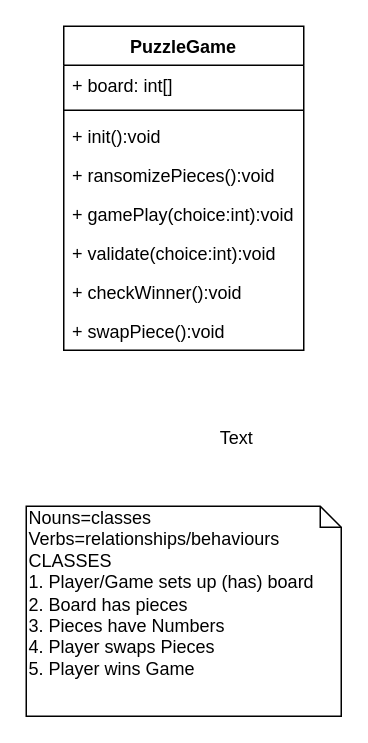
Above: schema/Puzzle - class diagram.drawio in deeperj/rust (draw.io), before the change. Source tidied: cells renumbered, new cells numbered last; positions are measured from the earlier drawing's top-left corner, leaving out a move shared by most shapes. Both pictures are drawn from the tidied source at 150%, with x=0, y=0 at pixel (26, 26).
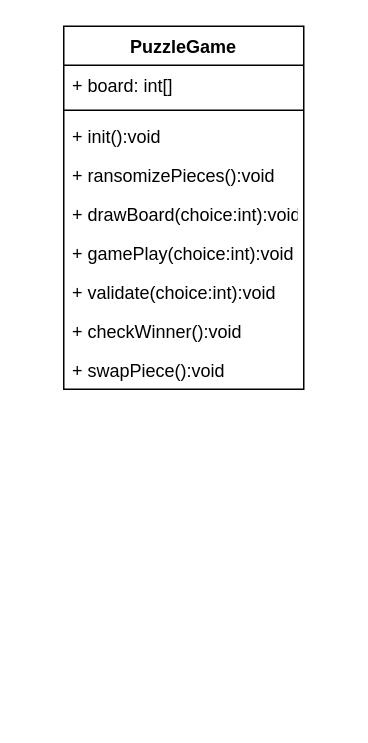
Above is the later version.

Diff of the diagram source:
```diff
@@
 <mxGraphModel>
   <root>
     <mxCell id="0" />
     <mxCell id="1" parent="0" />
-    <mxCell id="2" value="Nouns=classes&lt;br&gt;Verbs=relationships/behaviours&lt;br&gt;CLASSES&lt;br&gt;1. Player/Game sets up (has) board&lt;br&gt;2. Board has pieces&lt;br&gt;3. Pieces have Numbers&lt;br&gt;4. Player swaps Pieces&lt;br&gt;5. Player wins Game" style="shape=note;whiteSpace=wrap;html=1;size=14;verticalAlign=top;align=left;spacingTop=-6;" parent="1" vertex="1">
-      <mxGeometry y="320" width="210" height="140" as="geometry" />
-    </mxCell>
     <mxCell id="3" value="PuzzleGame" style="swimlane;fontStyle=1;align=center;verticalAlign=top;horizontal=1;startSize=26;" parent="1" vertex="1">
-      <mxGeometry x="25" width="160" height="216" as="geometry" />
+      <mxGeometry x="25" width="160" height="242" as="geometry" />
     </mxCell>
     <mxCell id="4" value="+ board: int[]" style="text;strokeColor=none;fillColor=none;align=left;verticalAlign=top;spacingLeft=4;spacingRight=4;overflow=hidden;" parent="3" vertex="1">
       <mxGeometry y="26" width="160" height="26" as="geometry" />
     </mxCell>
     <mxCell id="5" style="line;strokeWidth=1;fillColor=none;align=left;verticalAlign=middle;spacingTop=-1;spacingLeft=3;spacingRight=3;labelPosition=right;" parent="3" vertex="1">
       <mxGeometry y="52" width="160" height="8" as="geometry" />
     </mxCell>
     <mxCell id="6" value="+ init():void" style="text;strokeColor=none;fillColor=none;align=left;verticalAlign=top;spacingLeft=4;spacingRight=4;overflow=hidden;" parent="3" vertex="1">
       <mxGeometry y="60" width="160" height="26" as="geometry" />
     </mxCell>
     <mxCell id="7" value="+ ransomizePieces():void" style="text;strokeColor=none;fillColor=none;align=left;verticalAlign=top;spacingLeft=4;spacingRight=4;overflow=hidden;" parent="3" vertex="1">
       <mxGeometry y="86" width="160" height="26" as="geometry" />
     </mxCell>
-    <mxCell id="8" value="+ gamePlay(choice:int):void" style="text;strokeColor=none;fillColor=none;align=left;verticalAlign=top;spacingLeft=4;spacingRight=4;overflow=hidden;" parent="3" vertex="1">
+    <mxCell id="8" value="+ drawBoard(choice:int):void" style="text;strokeColor=none;fillColor=none;align=left;verticalAlign=top;spacingLeft=4;spacingRight=4;overflow=hidden;" parent="3" vertex="1">
       <mxGeometry y="112" width="160" height="26" as="geometry" />
     </mxCell>
+    <mxCell id="13" value="+ gamePlay(choice:int):void" style="text;strokeColor=none;fillColor=none;align=left;verticalAlign=top;spacingLeft=4;spacingRight=4;overflow=hidden;" parent="3" vertex="1">
+      <mxGeometry y="138" width="160" height="26" as="geometry" />
+    </mxCell>
     <mxCell id="9" value="+ validate(choice:int):void" style="text;strokeColor=none;fillColor=none;align=left;verticalAlign=top;spacingLeft=4;spacingRight=4;overflow=hidden;" parent="3" vertex="1">
-      <mxGeometry y="138" width="160" height="26" as="geometry" />
+      <mxGeometry y="164" width="160" height="26" as="geometry" />
     </mxCell>
     <mxCell id="10" value="+ checkWinner():void" style="text;strokeColor=none;fillColor=none;align=left;verticalAlign=top;spacingLeft=4;spacingRight=4;overflow=hidden;" parent="3" vertex="1">
-      <mxGeometry y="164" width="160" height="26" as="geometry" />
+      <mxGeometry y="190" width="160" height="26" as="geometry" />
     </mxCell>
     <mxCell id="11" value="+ swapPiece():void" style="text;strokeColor=none;fillColor=none;align=left;verticalAlign=top;spacingLeft=4;spacingRight=4;overflow=hidden;" parent="3" vertex="1">
-      <mxGeometry y="190" width="160" height="26" as="geometry" />
+      <mxGeometry y="216" width="160" height="26" as="geometry" />
     </mxCell>
-    <mxCell id="12" value="Text" style="text;html=1;align=center;verticalAlign=middle;" parent="1" vertex="1">
-      <mxGeometry x="120" y="265" width="40" height="20" as="geometry" />
-    </mxCell>
   </root>
 </mxGraphModel>
```
